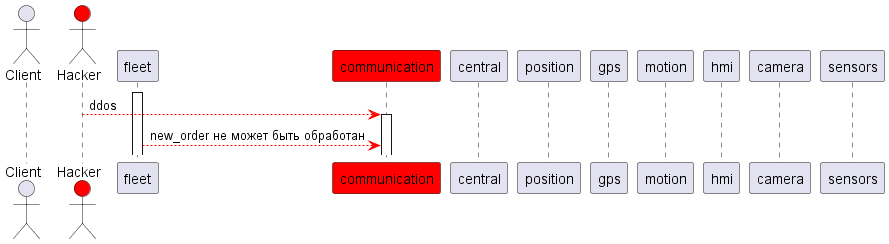
Above: pics/sd_1.png in Fishonground/Delivery (PlantUML), before the change.
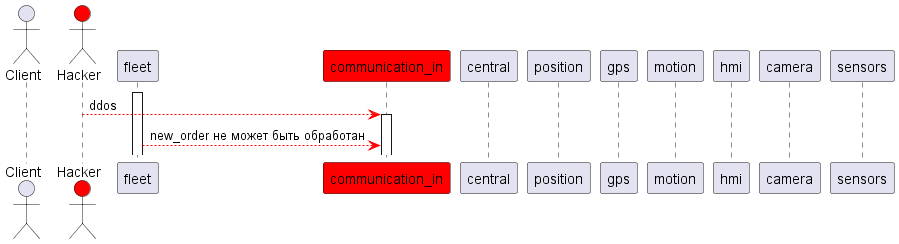
Later version of the same file.

Diff of the diagram source:
```diff
@@ -2,7 +2,7 @@
 actor "Client" as c
 actor "Hacker" as h #red
 participant fleet
-participant communication #red
+participant communication_in #red
 participant central
 participant position
 participant gps
@@ -13,7 +13,7 @@
 
 
 fleet++
-h -[#red]-> communication++: ddos
-fleet -[#red]-> communication: new_order не может быть обработан
+h -[#red]-> communication_in++: ddos
+fleet -[#red]-> communication_in: new_order не может быть обработан
 
 @enduml
```
